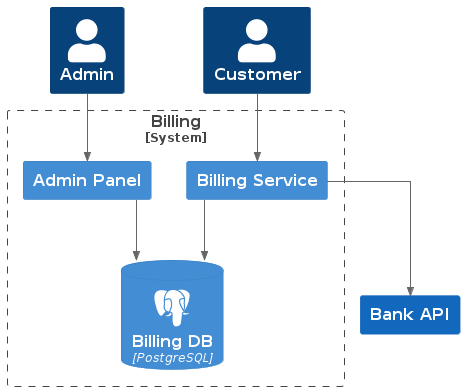
The PlantUML diagram diagrams/out/services.png in likeinlife-cinema-project/billing, before a commit.
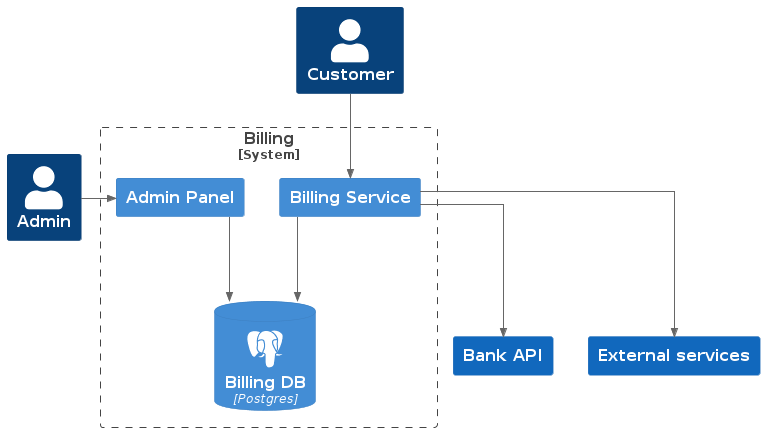
The same diagram one commit later.

What changed in the source:
```diff
@@ -11,19 +11,21 @@
 Person(customer, "Customer")
 Person(admin, "Admin")
 System(bank_api, "Bank API")
+System(external, "External services")
 
 System_Boundary(billing_system, "Billing") {
     Container(admin_panel, "Admin Panel")
-    Container(billing_api, "Billing Service")
-    ContainerDb(billing_db, "Billing DB", "PostgreSQL", $sprite="postgresql")
+    Container(billing_service, "Billing Service")
+    ContainerDb(billing_db, "Billing DB", "Postgres", $sprite="postgresql")
 }
 
-Rel(customer, billing_api, " ")
-Rel(admin, admin_panel, " ")
+Rel(customer, billing_service, " ")
+Rel_R(admin, admin_panel, " ")
 Rel(admin_panel, billing_db, " ")
 
-Rel(billing_api, billing_db, " ")
-Rel(billing_api, bank_api, " ")
+Rel(billing_service, billing_db, " ")
+Rel(billing_service, bank_api, " ")
+Rel(billing_service, external, " ")
 
 
 @enduml
```
